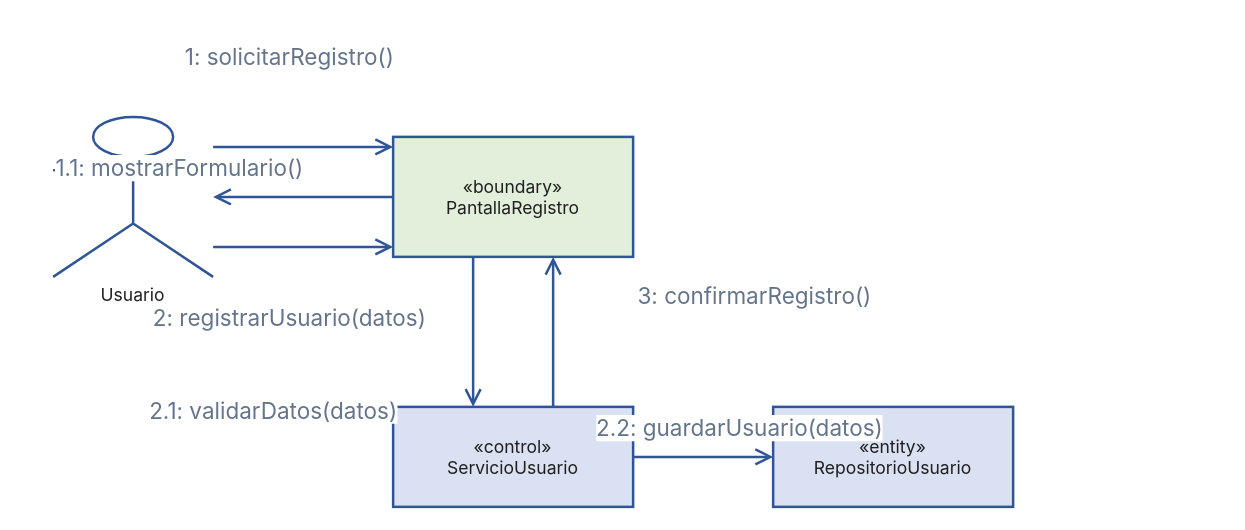
This is docs/diagramas-comunicacion/CU02-registrar-usuario.drawio from miromero13/diagrammer, a draw.io file, before an edit. Source tidied: cells renumbered, new cells numbered last; positions are measured from the earlier drawing's top-left corner, leaving out a move shared by most shapes. Both pictures are drawn from the tidied source at 125%, with x=0, y=0 at pixel (52, 116).
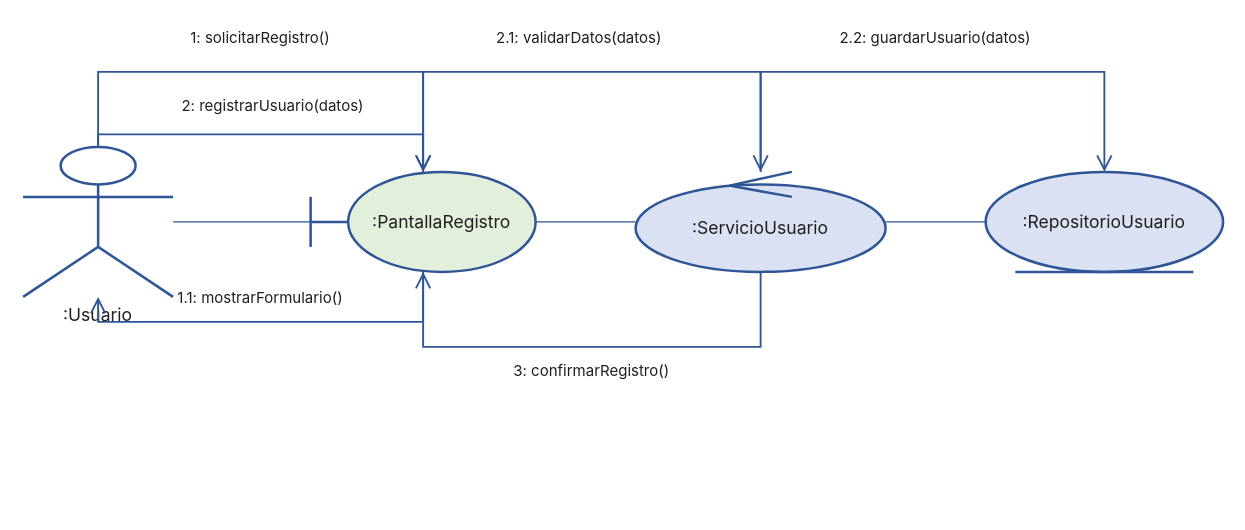
Above is the later version.

Diff of the diagram source:
```diff
@@
-    <mxCell id="2" value="Usuario" style="shape=umlActor;html=1;whiteSpace=wrap;fontColor=#1F1F1F;fontSize=14;fontFamily=Inter, Roboto, system-ui, -apple-system, sans-serif;align=center;fillColor=none;strokeColor=#2F5597;strokeWidth=2;verticalLabelPosition=bottom;verticalAlign=top;" parent="1" vertex="1">
-      <mxGeometry width="128" height="128" as="geometry" />
-    </mxCell>
-    <mxCell id="3" value="«boundary»&lt;br&gt;PantallaRegistro" style="rounded=0;html=1;whiteSpace=wrap;fontColor=#1F1F1F;fontSize=14;fontFamily=Inter, Roboto, system-ui, -apple-system, sans-serif;align=center;fillColor=#E2EFDA;strokeColor=#2F5597;strokeWidth=2;" parent="1" vertex="1">
-      <mxGeometry x="272" y="16" width="192" height="96" as="geometry" />
-    </mxCell>
-    <mxCell id="4" value="«control»&lt;br&gt;ServicioUsuario" style="rounded=0;html=1;whiteSpace=wrap;fontColor=#1F1F1F;fontSize=14;fontFamily=Inter, Roboto, system-ui, -apple-system, sans-serif;align=center;fillColor=#D9E1F2;strokeColor=#2F5597;strokeWidth=2;" parent="1" vertex="1">
-      <mxGeometry x="272" y="232" width="192" height="80" as="geometry" />
-    </mxCell>
-    <mxCell id="5" value="«entity»&lt;br&gt;RepositorioUsuario" style="rounded=0;html=1;whiteSpace=wrap;fontColor=#1F1F1F;fontSize=14;fontFamily=Inter, Roboto, system-ui, -apple-system, sans-serif;align=center;fillColor=#D9E1F2;strokeColor=#2F5597;strokeWidth=2;" parent="1" vertex="1">
-      <mxGeometry x="576" y="232" width="192" height="80" as="geometry" />
-    </mxCell>
-    <mxCell id="6" style="edgeStyle=orthogonalEdgeStyle;rounded=0;jettySize=auto;html=1;strokeColor=#2F5597;strokeWidth=2;endArrow=open;endFill=0;endSize=10;exitX=1;exitY=0.1875;exitDx=0;exitDy=0;entryX=0;entryY=0.0833333;entryDx=0;entryDy=0;jumpStyle=arc;jumpSize=8;" parent="1" edge="1" source="2" target="3">
-      <mxGeometry relative="1" as="geometry" />
-    </mxCell>
+    <mxCell id="18" value=":Usuario" style="shape=umlActor;html=1;whiteSpace=wrap;fontColor=#1F1F1F;fontSize=14;fontFamily=Inter, Roboto, system-ui, -apple-system, sans-serif;align=center;fillColor=none;strokeColor=#2F5597;strokeWidth=2;verticalLabelPosition=bottom;verticalAlign=top;" parent="1" vertex="1">
+      <mxGeometry x="-24" y="24" width="120" height="120" as="geometry" />
+    </mxCell>
+    <mxCell id="19" value=":PantallaRegistro" style="shape=umlBoundary;html=1;whiteSpace=wrap;fontColor=#1F1F1F;fontSize=14;fontFamily=Inter, Roboto, system-ui, -apple-system, sans-serif;align=center;fillColor=#E2EFDA;strokeColor=#2F5597;strokeWidth=2;" parent="1" vertex="1">
+      <mxGeometry x="206" y="44" width="180" height="80" as="geometry" />
+    </mxCell>
+    <mxCell id="20" value=":ServicioUsuario" style="ellipse;shape=umlControl;html=1;whiteSpace=wrap;fontColor=#1F1F1F;fontSize=14;fontFamily=Inter, Roboto, system-ui, -apple-system, sans-serif;align=center;fillColor=#D9E1F2;strokeColor=#2F5597;strokeWidth=2;perimeter=ellipsePerimeter;" parent="1" vertex="1">
+      <mxGeometry x="466" y="44" width="200" height="80" as="geometry" />
+    </mxCell>
+    <mxCell id="21" value=":RepositorioUsuario" style="ellipse;shape=umlEntity;html=1;whiteSpace=wrap;fontColor=#1F1F1F;fontSize=14;fontFamily=Inter, Roboto, system-ui, -apple-system, sans-serif;align=center;fillColor=#D9E1F2;strokeColor=#2F5597;strokeWidth=2;perimeter=ellipsePerimeter;" parent="1" vertex="1">
+      <mxGeometry x="746" y="44" width="190" height="80" as="geometry" />
+    </mxCell>
+    <mxCell id="22" style="edgeStyle=none;rounded=0;html=1;strokeColor=#2F5597;strokeWidth=1;startArrow=none;endArrow=none;" parent="1" edge="1" source="18" target="19">
+      <mxGeometry relative="1" as="geometry" />
+    </mxCell>
+    <mxCell id="23" style="edgeStyle=none;rounded=0;html=1;strokeColor=#2F5597;strokeWidth=1;startArrow=none;endArrow=none;" parent="1" edge="1" source="19" target="20">
+      <mxGeometry relative="1" as="geometry" />
+    </mxCell>
+    <mxCell id="24" style="edgeStyle=none;rounded=0;html=1;strokeColor=#2F5597;strokeWidth=1;startArrow=none;endArrow=none;" parent="1" edge="1" source="20" target="21">
+      <mxGeometry relative="1" as="geometry" />
+    </mxCell>
+    <mxCell id="25" style="edgeStyle=none;rounded=0;html=1;strokeColor=#2F5597;strokeWidth=1.5;endArrow=open;endFill=0;endSize=10;" parent="1" edge="1" source="18" target="19">
+      <mxGeometry relative="1" as="geometry">
+        <Array as="points">
+          <mxPoint x="36" y="-36" />
+          <mxPoint x="296" y="-36" />
+        </Array>
+      </mxGeometry>
+    </mxCell>
+    <mxCell id="26" style="edgeStyle=none;rounded=0;html=1;strokeColor=#2F5597;strokeWidth=1.5;endArrow=open;endFill=0;endSize=10;" parent="1" edge="1" source="19" target="18">
+      <mxGeometry relative="1" as="geometry">
+        <Array as="points">
+          <mxPoint x="296" y="164" />
+          <mxPoint x="36" y="164" />
+        </Array>
+      </mxGeometry>
+    </mxCell>
+    <mxCell id="27" style="edgeStyle=none;rounded=0;html=1;strokeColor=#2F5597;strokeWidth=1.5;endArrow=open;endFill=0;endSize=10;" parent="1" edge="1" source="18" target="19">
+      <mxGeometry relative="1" as="geometry">
+        <Array as="points">
+          <mxPoint x="36" y="14" />
+          <mxPoint x="296" y="14" />
+        </Array>
+      </mxGeometry>
+    </mxCell>
+    <mxCell id="28" style="edgeStyle=none;rounded=0;html=1;strokeColor=#2F5597;strokeWidth=1.5;endArrow=open;endFill=0;endSize=10;" parent="1" edge="1" source="19" target="20">
+      <mxGeometry relative="1" as="geometry">
+        <Array as="points">
+          <mxPoint x="296" y="-36" />
+          <mxPoint x="566" y="-36" />
+        </Array>
+      </mxGeometry>
+    </mxCell>
+    <mxCell id="29" style="edgeStyle=none;rounded=0;html=1;strokeColor=#2F5597;strokeWidth=1.5;endArrow=open;endFill=0;endSize=10;" parent="1" edge="1" source="20" target="21">
+      <mxGeometry relative="1" as="geometry">
+        <Array as="points">
+          <mxPoint x="566" y="-36" />
+          <mxPoint x="841" y="-36" />
+        </Array>
+      </mxGeometry>
+    </mxCell>
+    <mxCell id="30" style="edgeStyle=none;rounded=0;html=1;strokeColor=#2F5597;strokeWidth=1.5;endArrow=open;endFill=0;endSize=10;" parent="1" edge="1" source="20" target="19">
+      <mxGeometry relative="1" as="geometry">
+        <Array as="points">
+          <mxPoint x="566" y="184" />
+          <mxPoint x="296" y="184" />
+        </Array>
+      </mxGeometry>
+    </mxCell>
-    <mxCell id="7" value="1: solicitarRegistro()" style="edgeLabel;html=1;align=center;verticalAlign=middle;fontSize=18;fontColor=#64748B;fontFamily=Inter, Roboto, system-ui, -apple-system, sans-serif;" parent="6" vertex="1">
-      <mxGeometry x="0.5" relative="1" as="geometry">
-        <mxPoint x="-48" y="-72" as="offset" />
-      </mxGeometry>
+    <mxCell id="7" value="1: solicitarRegistro()" style="text;html=1;fillColor=none;strokeColor=none;labelBackgroundColor=none;fontColor=#1F1F1F;fontSize=12;fontFamily=Inter, Roboto, system-ui, -apple-system, sans-serif;align=center;verticalAlign=middle;whiteSpace=wrap;" parent="1" vertex="1">
+      <mxGeometry x="66" y="-76" width="200" height="25" as="geometry" />
     </mxCell>
-    <mxCell id="8" style="edgeStyle=orthogonalEdgeStyle;rounded=0;jettySize=auto;html=1;strokeColor=#2F5597;strokeWidth=2;endArrow=open;endFill=0;endSize=10;exitX=0;exitY=0.5;exitDx=0;exitDy=0;entryX=1;entryY=0.5;entryDx=0;entryDy=0;jumpStyle=arc;jumpSize=8;" parent="1" edge="1" source="3" target="2">
-      <mxGeometry relative="1" as="geometry" />
-    </mxCell>
-    <mxCell id="9" value="1.1: mostrarFormulario()" style="edgeLabel;html=1;align=center;verticalAlign=middle;fontSize=18;fontColor=#64748B;fontFamily=Inter, Roboto, system-ui, -apple-system, sans-serif;" parent="8" vertex="1">
-      <mxGeometry x="0.5" relative="1" as="geometry">
-        <mxPoint x="-64" y="-24" as="offset" />
-      </mxGeometry>
+    <mxCell id="9" value="1.1: mostrarFormulario()" style="text;html=1;fillColor=none;strokeColor=none;labelBackgroundColor=none;fontColor=#1F1F1F;fontSize=12;fontFamily=Inter, Roboto, system-ui, -apple-system, sans-serif;align=center;verticalAlign=middle;whiteSpace=wrap;" parent="1" vertex="1">
+      <mxGeometry x="56" y="132" width="220" height="25" as="geometry" />
     </mxCell>
-    <mxCell id="10" style="edgeStyle=orthogonalEdgeStyle;rounded=0;jettySize=auto;html=1;strokeColor=#2F5597;strokeWidth=2;endArrow=open;endFill=0;endSize=10;exitX=1;exitY=0.8125;exitDx=0;exitDy=0;entryX=0;entryY=0.9166667;entryDx=0;entryDy=0;jumpStyle=arc;jumpSize=8;" parent="1" edge="1" source="2" target="3">
-      <mxGeometry relative="1" as="geometry" />
-    </mxCell>
-    <mxCell id="11" value="2: registrarUsuario(datos)" style="edgeLabel;html=1;align=center;verticalAlign=middle;fontSize=18;fontColor=#64748B;fontFamily=Inter, Roboto, system-ui, -apple-system, sans-serif;" parent="10" vertex="1">
-      <mxGeometry x="0.5" relative="1" as="geometry">
-        <mxPoint x="-48" y="56" as="offset" />
-      </mxGeometry>
+    <mxCell id="11" value="2: registrarUsuario(datos)" style="text;html=1;fillColor=none;strokeColor=none;labelBackgroundColor=none;fontColor=#1F1F1F;fontSize=12;fontFamily=Inter, Roboto, system-ui, -apple-system, sans-serif;align=center;verticalAlign=middle;whiteSpace=wrap;" parent="1" vertex="1">
+      <mxGeometry x="66" y="-21" width="220" height="25" as="geometry" />
     </mxCell>
-    <mxCell id="12" style="edgeStyle=orthogonalEdgeStyle;rounded=0;jettySize=auto;html=1;strokeColor=#2F5597;strokeWidth=2;endArrow=open;endFill=0;endSize=10;exitX=0.3333333;exitY=1;exitDx=0;exitDy=0;entryX=0.3333333;entryY=0;entryDx=0;entryDy=0;jumpStyle=arc;jumpSize=8;" parent="1" edge="1" source="3" target="4">
-      <mxGeometry relative="1" as="geometry" />
-    </mxCell>
-    <mxCell id="13" value="2.1: validarDatos(datos)" style="edgeLabel;html=1;align=center;verticalAlign=middle;fontSize=18;fontColor=#64748B;fontFamily=Inter, Roboto, system-ui, -apple-system, sans-serif;" parent="12" vertex="1">
-      <mxGeometry x="0.5" relative="1" as="geometry">
-        <mxPoint x="-160" y="32" as="offset" />
-      </mxGeometry>
+    <mxCell id="13" value="2.1: validarDatos(datos)" style="text;html=1;fillColor=none;strokeColor=none;labelBackgroundColor=none;fontColor=#1F1F1F;fontSize=12;fontFamily=Inter, Roboto, system-ui, -apple-system, sans-serif;align=center;verticalAlign=middle;whiteSpace=wrap;" parent="1" vertex="1">
+      <mxGeometry x="311" y="-76" width="220" height="25" as="geometry" />
     </mxCell>
-    <mxCell id="14" style="edgeStyle=orthogonalEdgeStyle;rounded=0;jettySize=auto;html=1;strokeColor=#2F5597;strokeWidth=2;endArrow=open;endFill=0;endSize=10;exitX=1;exitY=0.5;exitDx=0;exitDy=0;entryX=0;entryY=0.5;entryDx=0;entryDy=0;jumpStyle=arc;jumpSize=8;" parent="1" edge="1" source="4" target="5">
-      <mxGeometry relative="1" as="geometry" />
-    </mxCell>
-    <mxCell id="15" value="2.2: guardarUsuario(datos)" style="edgeLabel;html=1;align=center;verticalAlign=middle;fontSize=18;fontColor=#64748B;fontFamily=Inter, Roboto, system-ui, -apple-system, sans-serif;" parent="14" vertex="1">
-      <mxGeometry x="0.5" relative="1" as="geometry">
-        <mxPoint y="-24" as="offset" />
-      </mxGeometry>
+    <mxCell id="15" value="2.2: guardarUsuario(datos)" style="text;html=1;fillColor=none;strokeColor=none;labelBackgroundColor=none;fontColor=#1F1F1F;fontSize=12;fontFamily=Inter, Roboto, system-ui, -apple-system, sans-serif;align=center;verticalAlign=middle;whiteSpace=wrap;" parent="1" vertex="1">
+      <mxGeometry x="596" y="-76" width="220" height="25" as="geometry" />
     </mxCell>
-    <mxCell id="16" style="edgeStyle=orthogonalEdgeStyle;rounded=0;jettySize=auto;html=1;strokeColor=#2F5597;strokeWidth=2;endArrow=open;endFill=0;endSize=10;exitX=0.6666667;exitY=0;exitDx=0;exitDy=0;entryX=0.6666667;entryY=1;entryDx=0;entryDy=0;jumpStyle=arc;jumpSize=8;" parent="1" edge="1" source="4" target="3">
-      <mxGeometry relative="1" as="geometry" />
-    </mxCell>
-    <mxCell id="17" value="3: confirmarRegistro()" style="edgeLabel;html=1;align=center;verticalAlign=middle;fontSize=18;fontColor=#64748B;fontFamily=Inter, Roboto, system-ui, -apple-system, sans-serif;" parent="16" vertex="1">
-      <mxGeometry x="0.5" relative="1" as="geometry">
-        <mxPoint x="160" as="offset" />
-      </mxGeometry>
+    <mxCell id="17" value="3: confirmarRegistro()" style="text;html=1;fillColor=none;strokeColor=none;labelBackgroundColor=none;fontColor=#1F1F1F;fontSize=12;fontFamily=Inter, Roboto, system-ui, -apple-system, sans-serif;align=center;verticalAlign=middle;whiteSpace=wrap;" parent="1" vertex="1">
+      <mxGeometry x="326" y="192" width="210" height="24" as="geometry" />
     </mxCell>
```
